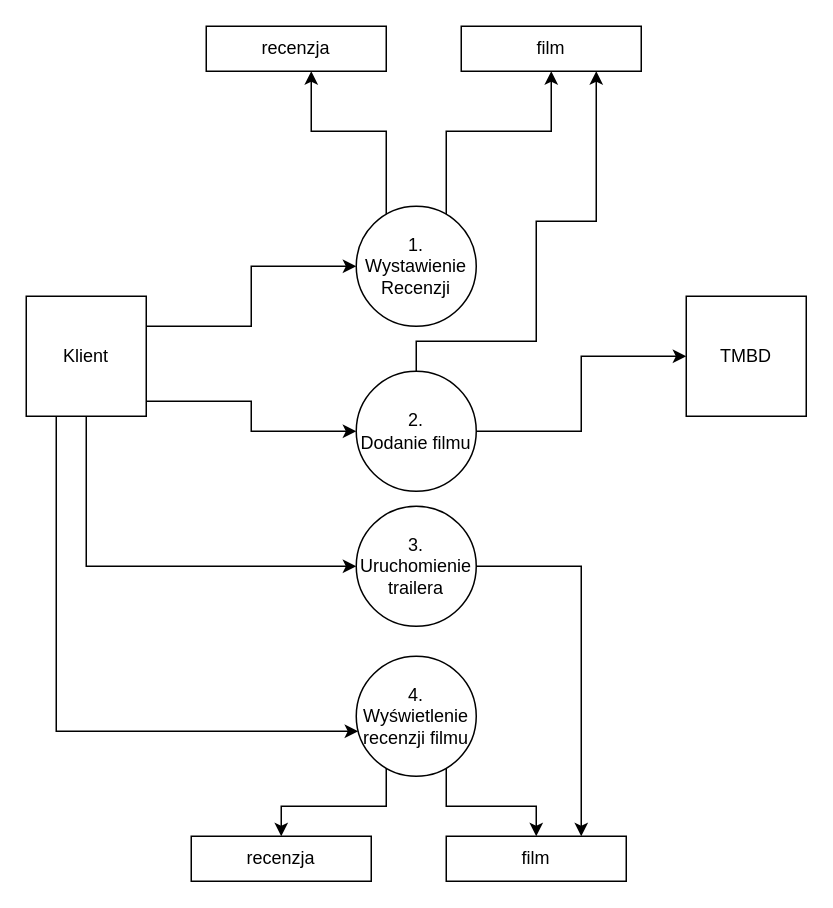
This is DFD Ogólny.drawio from JanuszWdowka/konteneryzacja_project, a draw.io file, before an edit. Source tidied: cells renumbered, new cells numbered last; positions are measured from the earlier drawing's top-left corner, leaving out a move shared by most shapes. Both pictures are drawn from the tidied source at 150%, with x=0, y=0 at pixel (26, 26).
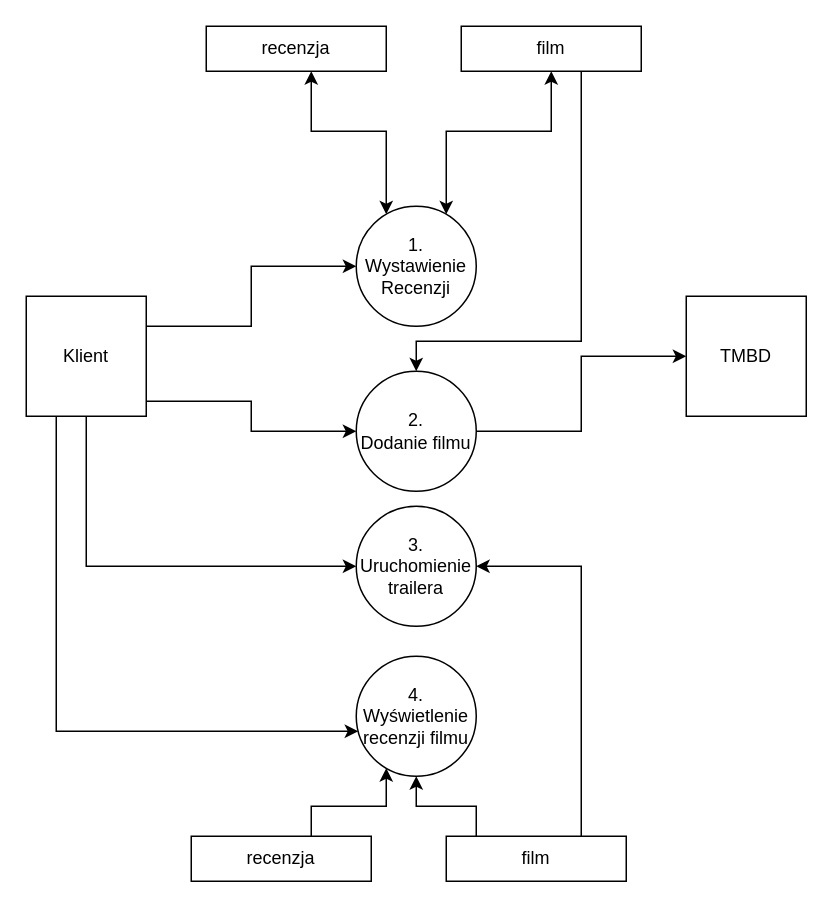
After the change.

Unchanged cells that the change refers to:
```xml
<mxCell id="10" value="1.&lt;br&gt;Wystawienie Recenzji" style="ellipse;whiteSpace=wrap;html=1;" parent="1" vertex="1">
  <mxGeometry x="220" y="120" width="80" height="80" as="geometry" />
</mxCell>
<mxCell id="13" value="2.&lt;br&gt;Dodanie filmu" style="ellipse;whiteSpace=wrap;html=1;" parent="1" vertex="1">
  <mxGeometry x="220" y="230" width="80" height="80" as="geometry" />
</mxCell>
<mxCell id="15" value="3. Uruchomienie trailera" style="ellipse;whiteSpace=wrap;html=1;" parent="1" vertex="1">
  <mxGeometry x="220" y="320" width="80" height="80" as="geometry" />
</mxCell>
<mxCell id="18" value="4. Wyświetlenie recenzji filmu" style="ellipse;whiteSpace=wrap;html=1;" parent="1" vertex="1">
  <mxGeometry x="220" y="420" width="80" height="80" as="geometry" />
</mxCell>
<mxCell id="19" value="recenzja" style="whiteSpace=wrap;html=1;" parent="1" vertex="1">
  <mxGeometry x="120" width="120" height="30" as="geometry" />
</mxCell>
<mxCell id="20" value="film" style="whiteSpace=wrap;html=1;" parent="1" vertex="1">
  <mxGeometry x="290" width="120" height="30" as="geometry" />
</mxCell>
<mxCell id="21" value="recenzja" style="whiteSpace=wrap;html=1;" parent="1" vertex="1">
  <mxGeometry x="110" y="540" width="120" height="30" as="geometry" />
</mxCell>
<mxCell id="22" value="film" style="whiteSpace=wrap;html=1;" parent="1" vertex="1">
  <mxGeometry x="280" y="540" width="120" height="30" as="geometry" />
</mxCell>
```

Change to the diagram source:
```diff
@@
-    <mxCell id="8" style="edgeStyle=orthogonalEdgeStyle;rounded=0;jettySize=auto;html=1;" parent="1" edge="1" source="10" target="19">
+    <mxCell id="8" style="edgeStyle=orthogonalEdgeStyle;rounded=0;jettySize=auto;html=1;startArrow=classic;startFill=1;" parent="1" edge="1" source="10" target="19">
       <mxGeometry relative="1" as="geometry">
         <Array as="points">
           <mxPoint x="240" y="70" />
           <mxPoint x="190" y="70" />
         </Array>
       </mxGeometry>
     </mxCell>
-    <mxCell id="9" style="edgeStyle=orthogonalEdgeStyle;rounded=0;jettySize=auto;html=1;" parent="1" edge="1" source="10" target="20">
+    <mxCell id="9" style="edgeStyle=orthogonalEdgeStyle;rounded=0;jettySize=auto;html=1;startArrow=classic;startFill=1;" parent="1" edge="1" source="10" target="20">
       <mxGeometry relative="1" as="geometry">
         <Array as="points">
           <mxPoint x="280" y="70" />
           <mxPoint x="350" y="70" />
         </Array>
       </mxGeometry>
     </mxCell>
@@
-    <mxCell id="12" style="edgeStyle=orthogonalEdgeStyle;rounded=0;jettySize=auto;html=1;" parent="1" edge="1" source="13" target="20">
+    <mxCell id="12" style="edgeStyle=orthogonalEdgeStyle;rounded=0;jettySize=auto;html=1;" parent="1" edge="1" source="20" target="13">
       <mxGeometry relative="1" as="geometry">
         <Array as="points">
+          <mxPoint x="370" y="210" />
           <mxPoint x="260" y="210" />
-          <mxPoint x="340" y="210" />
-          <mxPoint x="340" y="130" />
-          <mxPoint x="380" y="130" />
         </Array>
       </mxGeometry>
     </mxCell>
@@
-    <mxCell id="14" style="edgeStyle=orthogonalEdgeStyle;rounded=0;jettySize=auto;html=1;" parent="1" edge="1" source="15" target="22">
+    <mxCell id="14" style="edgeStyle=orthogonalEdgeStyle;rounded=0;jettySize=auto;html=1;" parent="1" edge="1" source="22" target="15">
       <mxGeometry relative="1" as="geometry">
         <Array as="points">
           <mxPoint x="370" y="360" />
         </Array>
       </mxGeometry>
     </mxCell>
@@
-    <mxCell id="16" style="edgeStyle=orthogonalEdgeStyle;rounded=0;jettySize=auto;html=1;" parent="1" edge="1" source="18" target="21">
+    <mxCell id="16" style="edgeStyle=orthogonalEdgeStyle;rounded=0;jettySize=auto;html=1;" parent="1" edge="1" source="21" target="18">
       <mxGeometry relative="1" as="geometry">
         <Array as="points">
+          <mxPoint x="190" y="520" />
           <mxPoint x="240" y="520" />
-          <mxPoint x="170" y="520" />
         </Array>
       </mxGeometry>
     </mxCell>
-    <mxCell id="17" style="edgeStyle=orthogonalEdgeStyle;rounded=0;jettySize=auto;html=1;" parent="1" edge="1" source="18" target="22">
+    <mxCell id="17" style="edgeStyle=orthogonalEdgeStyle;rounded=0;jettySize=auto;html=1;" parent="1" edge="1" source="22" target="18">
       <mxGeometry relative="1" as="geometry">
         <Array as="points">
-          <mxPoint x="280" y="520" />
-          <mxPoint x="340" y="520" />
+          <mxPoint x="300" y="520" />
+          <mxPoint x="260" y="520" />
         </Array>
       </mxGeometry>
     </mxCell>
```
